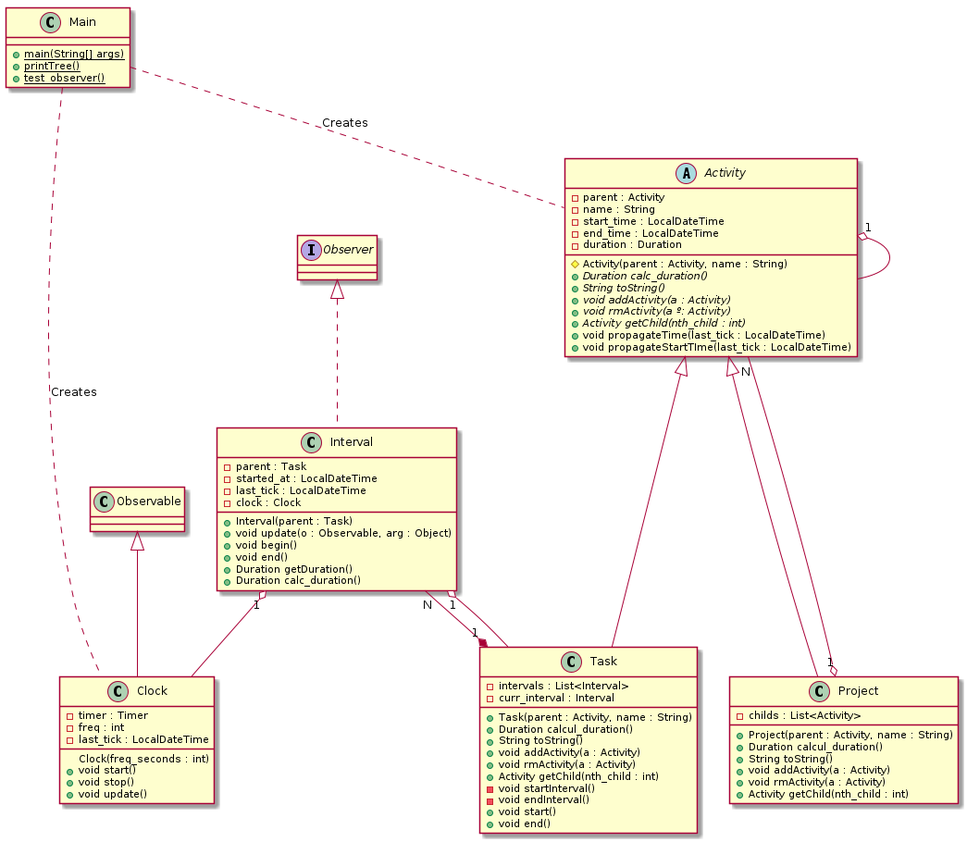
Earlier version of the PlantUML export diagrama_classes.png (Yahao277/TimeTracker).
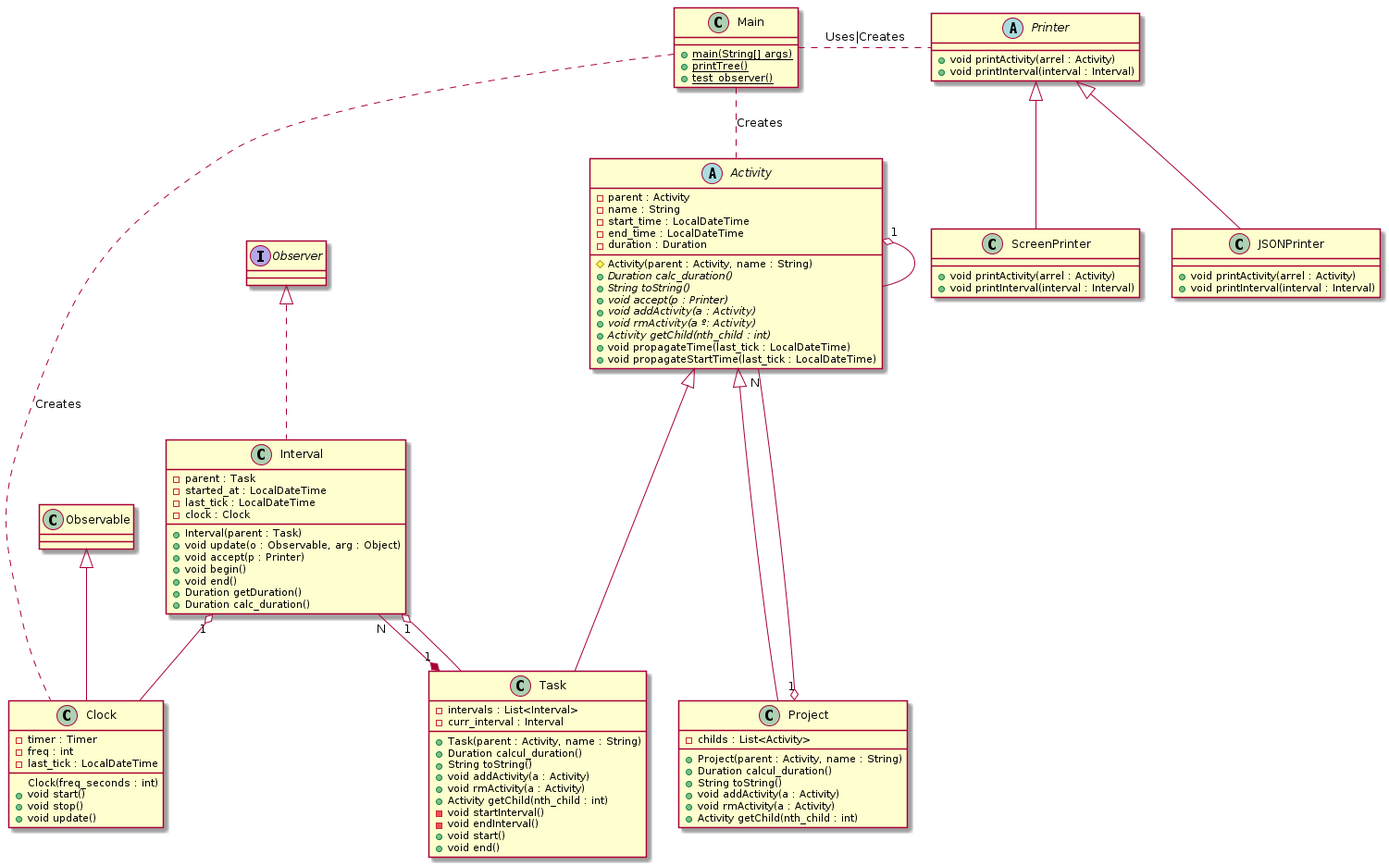
The same file after the commit.

What changed in the source:
```diff
@@ -13,6 +13,7 @@
 
 Main .. Activity : "Creates"
 Main .. Clock : "Creates"
+Main . Printer : "Uses|Creates"
 
 
 Activity "1" o-- Activity
@@ -42,12 +43,13 @@
 
     {abstract} + Duration calc_duration()
     {abstract} + String toString()
+    {abstract} + void accept(p : Printer)
     {abstract} + void addActivity(a : Activity)
     {abstract} + void rmActivity(a º: Activity)
     {abstract} + Activity getChild(nth_child : int)
 
     + void propagateTime(last_tick : LocalDateTime)
-    + void propagateStartTIme(last_tick : LocalDateTime)
+    + void propagateStartTime(last_tick : LocalDateTime)
 }
 
 class Project extends Activity {
@@ -96,6 +98,8 @@
 
     + void update(o : Observable, arg : Object)
 
+    + void accept(p : Printer)
+
     + void begin()
     + void end()
     + Duration getDuration()
@@ -116,4 +120,25 @@
 
 }
 
+abstract class Printer {
+
+    + void printActivity(arrel : Activity)
+    + void printInterval(interval : Interval)
+
+}
+
+class ScreenPrinter extends Printer {
+
+    + void printActivity(arrel : Activity)
+    + void printInterval(interval : Interval)
+}
+
+
+class JSONPrinter extends Printer {
+
+    + void printActivity(arrel : Activity)
+    + void printInterval(interval : Interval)
+}
+
+
 @enduml
```
